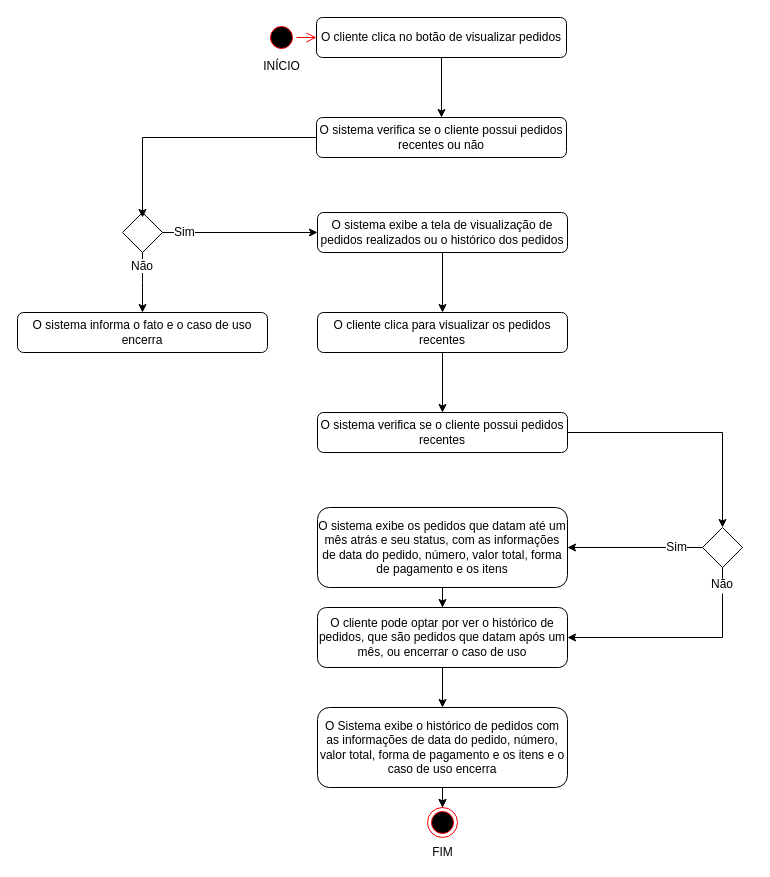
The draw.io diagram Diagramas de atividade/Caso de uso 04.drawio in d4vwdi/engenharia-software, before the edit. Source tidied: cells renumbered, new cells numbered last; positions are measured from the earlier drawing's top-left corner, leaving out a move shared by most shapes. Both pictures are drawn from the tidied source at 100%, with x=0, y=0 at pixel (17, 17).
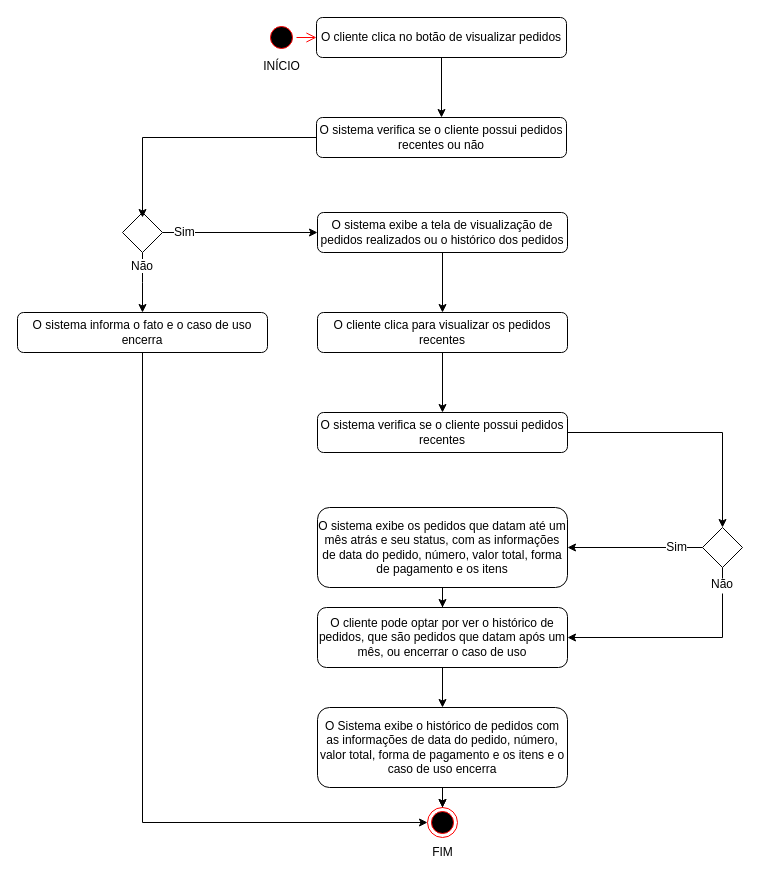
Above is the later version.

Unchanged cells that the change refers to:
```xml
<mxCell id="21" value="&lt;div&gt;FIM&lt;/div&gt;" style="ellipse;html=1;shape=endState;fillColor=#000000;strokeColor=#ff0000;align=center;verticalAlign=middle;labelPosition=center;verticalLabelPosition=bottom;" parent="1" vertex="1">
  <mxGeometry x="410" y="790" width="30" height="30" as="geometry" />
</mxCell>
<mxCell id="28" value="O sistema informa o fato e o caso de uso encerra" style="rounded=1;whiteSpace=wrap;html=1;" parent="1" vertex="1">
  <mxGeometry y="295" width="250" height="40" as="geometry" />
</mxCell>
```

Change to the diagram source:
```diff
@@
+    <mxCell id="31" style="edgeStyle=orthogonalEdgeStyle;rounded=0;jettySize=auto;html=1;entryX=0;entryY=0.5;entryDx=0;entryDy=0;exitX=0.5;exitY=1;exitDx=0;exitDy=0;" parent="1" edge="1" source="28" target="21">
+      <mxGeometry relative="1" as="geometry" />
+    </mxCell>
```
